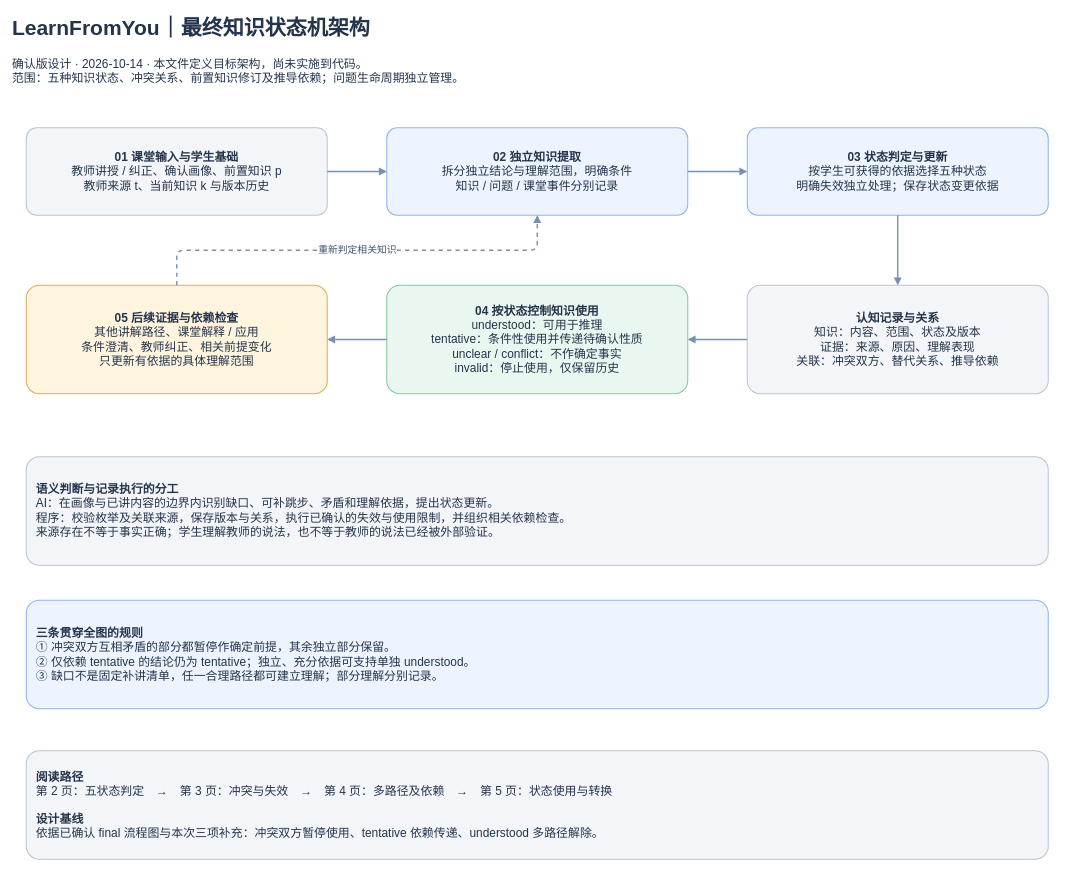
Liyang-pai/LearnFromYou keeps this draw.io diagram as page "01 架构总览" (1 of 5) of docs/状态机改进流程图/LearnFromYou-最终状态机架构.drawio. Above is the earlier version. Source tidied: cells renumbered, new cells numbered last; positions are measured from the earlier drawing's top-left corner, leaving out a move shared by most shapes. Both pictures are drawn from the tidied source at 70%, with x=0, y=0 at pixel (12, 12).
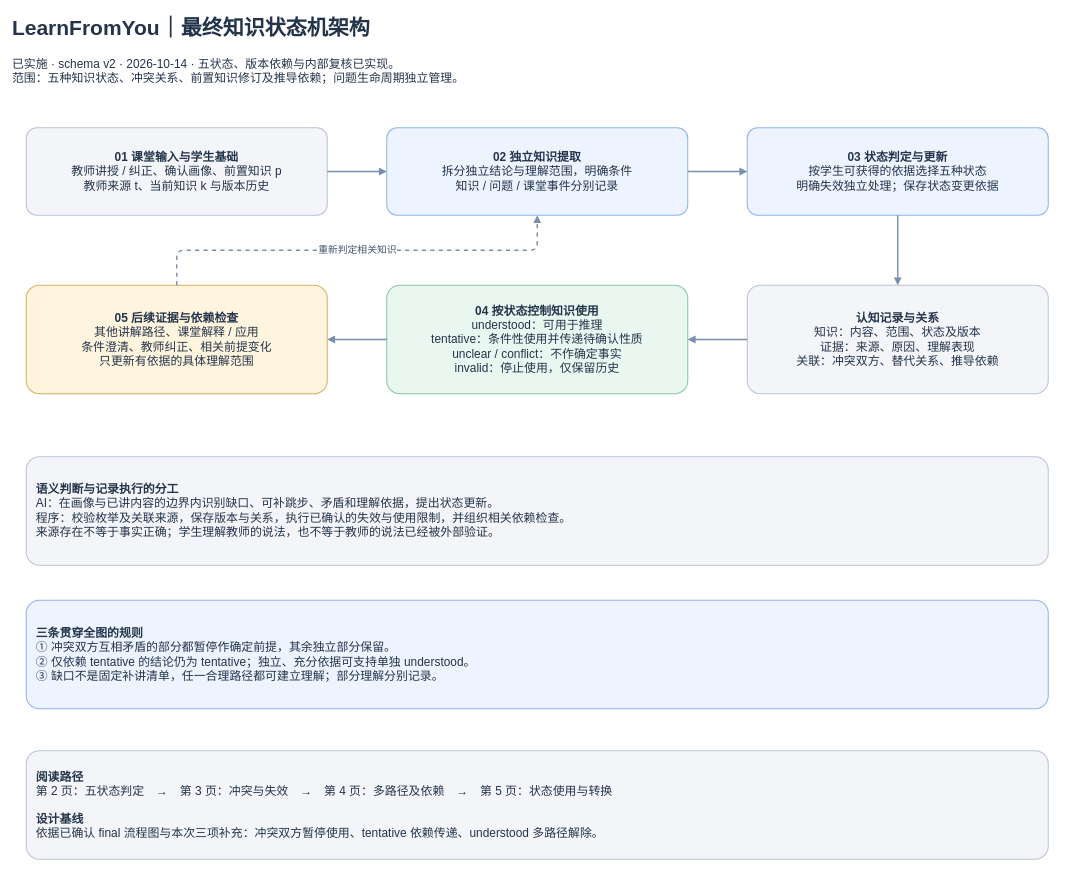
The same diagram, later.

What changed in the source:
```diff
@@
 <mxGraphModel background="#FFFFFF">
   <root>
     <mxCell id="0" />
     <mxCell id="1" parent="0" />
     <mxCell id="2" value="&lt;b&gt;&lt;font style=&quot;font-size:30px&quot;&gt;LearnFromYou｜最终知识状态机架构&lt;/font&gt;&lt;/b&gt;" style="html=1;whiteSpace=wrap;fontFamily=PingFang SC;fontSize=17;fontColor=#24344B;align=center;verticalAlign=middle;spacing=14;text;strokeColor=none;fillColor=none;align=left;spacing=0;" parent="1" vertex="1">
       <mxGeometry width="1500" height="55" as="geometry" />
     </mxCell>
-    <mxCell id="3" value="确认版设计 · 2026-10-14 · 本文件定义目标架构，尚未实施到代码。&lt;br&gt;范围：五种知识状态、冲突关系、前置知识修订及推导依赖；问题生命周期独立管理。" style="html=1;whiteSpace=wrap;fontFamily=PingFang SC;fontSize=17;fontColor=#24344B;align=center;verticalAlign=middle;spacing=14;text;strokeColor=none;fillColor=none;align=left;spacing=0;" parent="1" vertex="1">
+    <mxCell id="3" value="已实施 · schema v2 · 2026-10-14 · 五状态、版本依赖与内部复核已实现。&lt;br&gt;范围：五种知识状态、冲突关系、前置知识修订及推导依赖；问题生命周期独立管理。" style="html=1;whiteSpace=wrap;fontFamily=PingFang SC;fontSize=17;fontColor=#24344B;align=center;verticalAlign=middle;spacing=14;text;strokeColor=none;fillColor=none;align=left;spacing=0;" parent="1" vertex="1">
       <mxGeometry y="60" width="1500" height="65" as="geometry" />
     </mxCell>
     <mxCell id="4" value="&lt;b&gt;01 课堂输入与学生基础&lt;/b&gt;&lt;br&gt;教师讲授 / 纠正、确认画像、前置知识 p&lt;br&gt;教师来源 t、当前知识 k 与版本历史" style="html=1;whiteSpace=wrap;fontFamily=PingFang SC;fontSize=17;fontColor=#24344B;align=center;verticalAlign=middle;spacing=14;fillColor=#F3F5F8;strokeColor=#BBC5D3;strokeWidth=1.5;rounded=1;arcSize=12;" parent="1" vertex="1">
       <mxGeometry x="20" y="165" width="430" height="125" as="geometry" />
     </mxCell>
     <mxCell id="5" value="&lt;b&gt;02 独立知识提取&lt;/b&gt;&lt;br&gt;拆分独立结论与理解范围，明确条件&lt;br&gt;知识 / 问题 / 课堂事件分别记录" style="html=1;whiteSpace=wrap;fontFamily=PingFang SC;fontSize=17;fontColor=#24344B;align=center;verticalAlign=middle;spacing=14;fillColor=#EDF4FF;strokeColor=#91B5EA;strokeWidth=1.5;rounded=1;arcSize=12;" parent="1" vertex="1">
       <mxGeometry x="535" y="165" width="430" height="125" as="geometry" />
     </mxCell>
     <mxCell id="6" value="&lt;b&gt;03 状态判定与更新&lt;/b&gt;&lt;br&gt;按学生可获得的依据选择五种状态&lt;br&gt;明确失效独立处理；保存状态变更依据" style="html=1;whiteSpace=wrap;fontFamily=PingFang SC;fontSize=17;fontColor=#24344B;align=center;verticalAlign=middle;spacing=14;fillColor=#EDF4FF;strokeColor=#91B5EA;strokeWidth=1.5;rounded=1;arcSize=12;" parent="1" vertex="1">
       <mxGeometry x="1050" y="165" width="430" height="125" as="geometry" />
     </mxCell>
     <mxCell id="7" style="edgeStyle=orthogonalEdgeStyle;rounded=1;html=1;endArrow=block;endFill=1;strokeWidth=2;strokeColor=#7890AB;fontSize=14;fontColor=#41556D;labelBackgroundColor=#FFFFFF;" parent="1" edge="1" source="4" target="5">
       <mxGeometry relative="1" as="geometry" />
     </mxCell>
     <mxCell id="8" style="edgeStyle=orthogonalEdgeStyle;rounded=1;html=1;endArrow=block;endFill=1;strokeWidth=2;strokeColor=#7890AB;fontSize=14;fontColor=#41556D;labelBackgroundColor=#FFFFFF;" parent="1" edge="1" source="5" target="6">
       <mxGeometry relative="1" as="geometry" />
     </mxCell>
     <mxCell id="9" value="&lt;b&gt;认知记录与关系&lt;/b&gt;&lt;br&gt;知识：内容、范围、状态及版本&lt;br&gt;证据：来源、原因、理解表现&lt;br&gt;关联：冲突双方、替代关系、推导依赖" style="html=1;whiteSpace=wrap;fontFamily=PingFang SC;fontSize=17;fontColor=#24344B;align=center;verticalAlign=middle;spacing=14;fillColor=#F3F5F8;strokeColor=#BBC5D3;strokeWidth=1.5;rounded=1;arcSize=12;" parent="1" vertex="1">
       <mxGeometry x="1050" y="390" width="430" height="155" as="geometry" />
     </mxCell>
     <mxCell id="10" style="edgeStyle=orthogonalEdgeStyle;rounded=1;html=1;endArrow=block;endFill=1;strokeWidth=2;strokeColor=#7890AB;fontSize=14;fontColor=#41556D;labelBackgroundColor=#FFFFFF;" parent="1" edge="1" source="6" target="9">
       <mxGeometry relative="1" as="geometry" />
     </mxCell>
     <mxCell id="11" value="&lt;b&gt;04 按状态控制知识使用&lt;/b&gt;&lt;br&gt;understood：可用于推理&lt;br&gt;tentative：条件性使用并传递待确认性质&lt;br&gt;unclear / conflict：不作确定事实&lt;br&gt;invalid：停止使用，仅保留历史" style="html=1;whiteSpace=wrap;fontFamily=PingFang SC;fontSize=17;fontColor=#24344B;align=center;verticalAlign=middle;spacing=14;fillColor=#EAF7F0;strokeColor=#88C7A5;strokeWidth=1.5;rounded=1;arcSize=12;" parent="1" vertex="1">
       <mxGeometry x="535" y="390" width="430" height="155" as="geometry" />
     </mxCell>
     <mxCell id="12" style="edgeStyle=orthogonalEdgeStyle;rounded=1;html=1;endArrow=block;endFill=1;strokeWidth=2;strokeColor=#7890AB;fontSize=14;fontColor=#41556D;labelBackgroundColor=#FFFFFF;" parent="1" edge="1" source="9" target="11">
       <mxGeometry relative="1" as="geometry" />
     </mxCell>
     <mxCell id="13" value="&lt;b&gt;05 后续证据与依赖检查&lt;/b&gt;&lt;br&gt;其他讲解路径、课堂解释 / 应用&lt;br&gt;条件澄清、教师纠正、相关前提变化&lt;br&gt;只更新有依据的具体理解范围" style="html=1;whiteSpace=wrap;fontFamily=PingFang SC;fontSize=17;fontColor=#24344B;align=center;verticalAlign=middle;spacing=14;fillColor=#FFF5DF;strokeColor=#D9B15C;strokeWidth=1.5;rounded=1;arcSize=12;" parent="1" vertex="1">
       <mxGeometry x="20" y="390" width="430" height="155" as="geometry" />
     </mxCell>
     <mxCell id="14" style="edgeStyle=orthogonalEdgeStyle;rounded=1;html=1;endArrow=block;endFill=1;strokeWidth=2;strokeColor=#7890AB;fontSize=14;fontColor=#41556D;labelBackgroundColor=#FFFFFF;" parent="1" edge="1" source="11" target="13">
       <mxGeometry relative="1" as="geometry" />
     </mxCell>
     <mxCell id="15" value="重新判定相关知识" style="edgeStyle=orthogonalEdgeStyle;rounded=1;html=1;endArrow=block;endFill=1;strokeWidth=2;strokeColor=#7890AB;fontSize=14;fontColor=#41556D;labelBackgroundColor=#FFFFFF;dashed=1;exitX=0.5;exitY=0;entryX=0.5;entryY=1;" parent="1" edge="1" source="13" target="5">
       <mxGeometry relative="1" as="geometry" />
     </mxCell>
     <mxCell id="16" value="&lt;b&gt;语义判断与记录执行的分工&lt;/b&gt;&lt;br&gt;AI：在画像与已讲内容的边界内识别缺口、可补跳步、矛盾和理解依据，提出状态更新。&lt;br&gt;程序：校验枚举及关联来源，保存版本与关系，执行已确认的失效与使用限制，并组织相关依赖检查。&lt;br&gt;来源存在不等于事实正确；学生理解教师的说法，也不等于教师的说法已经被外部验证。" style="html=1;whiteSpace=wrap;fontFamily=PingFang SC;fontSize=17;fontColor=#24344B;align=center;verticalAlign=middle;spacing=14;fillColor=#F3F5F8;strokeColor=#BBC5D3;strokeWidth=1.5;rounded=1;arcSize=12;align=left;" parent="1" vertex="1">
       <mxGeometry x="20" y="635" width="1460" height="155" as="geometry" />
     </mxCell>
     <mxCell id="17" value="&lt;b&gt;三条贯穿全图的规则&lt;/b&gt;&lt;br&gt;① 冲突双方互相矛盾的部分都暂停作确定前提，其余独立部分保留。&lt;br&gt;② 仅依赖 tentative 的结论仍为 tentative；独立、充分依据可支持单独 understood。&lt;br&gt;③ 缺口不是固定补讲清单，任一合理路径都可建立理解；部分理解分别记录。" style="html=1;whiteSpace=wrap;fontFamily=PingFang SC;fontSize=17;fontColor=#24344B;align=center;verticalAlign=middle;spacing=14;fillColor=#EDF4FF;strokeColor=#91B5EA;strokeWidth=1.5;rounded=1;arcSize=12;align=left;" parent="1" vertex="1">
       <mxGeometry x="20" y="840" width="1460" height="155" as="geometry" />
     </mxCell>
     <mxCell id="18" value="&lt;b&gt;阅读路径&lt;/b&gt;&lt;br&gt;第 2 页：五状态判定　→　第 3 页：冲突与失效　→　第 4 页：多路径及依赖　→　第 5 页：状态使用与转换&lt;br&gt;&lt;br&gt;&lt;b&gt;设计基线&lt;/b&gt;&lt;br&gt;依据已确认 final 流程图与本次三项补充：冲突双方暂停使用、tentative 依赖传递、understood 多路径解除。" style="html=1;whiteSpace=wrap;fontFamily=PingFang SC;fontSize=17;fontColor=#24344B;align=center;verticalAlign=middle;spacing=14;fillColor=#F3F5F8;strokeColor=#BBC5D3;strokeWidth=1.5;rounded=1;arcSize=12;align=left;" parent="1" vertex="1">
       <mxGeometry x="20" y="1055" width="1460" height="155" as="geometry" />
     </mxCell>
   </root>
 </mxGraphModel>
```
